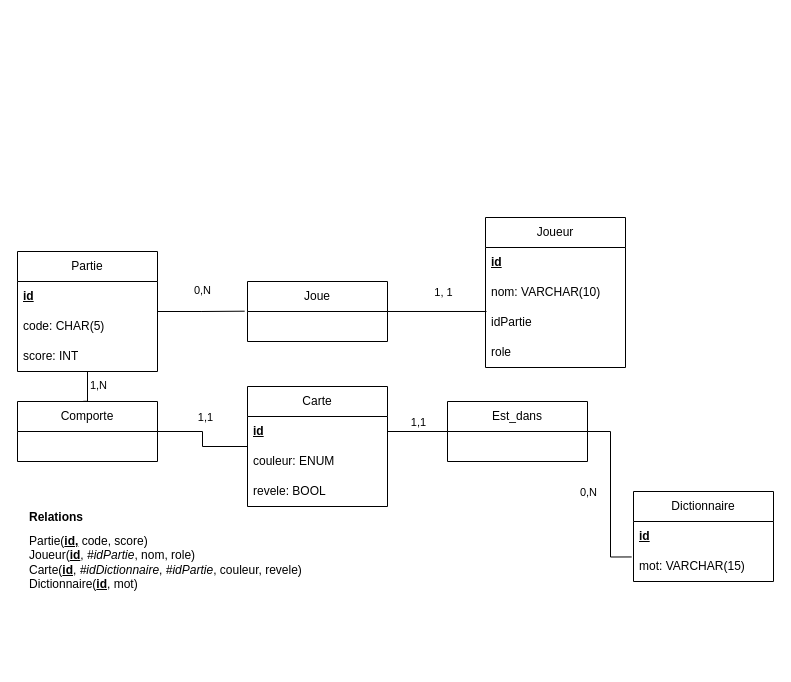
GehuL/PolyNames keeps this draw.io diagram as polynames_bdd.drawio. Above is the earlier version. Source tidied: cells renumbered, new cells numbered last; positions are measured from the earlier drawing's top-left corner, leaving out a move shared by most shapes. Both pictures are drawn from the tidied source at 100%, with x=0, y=0 at pixel (17, 217).
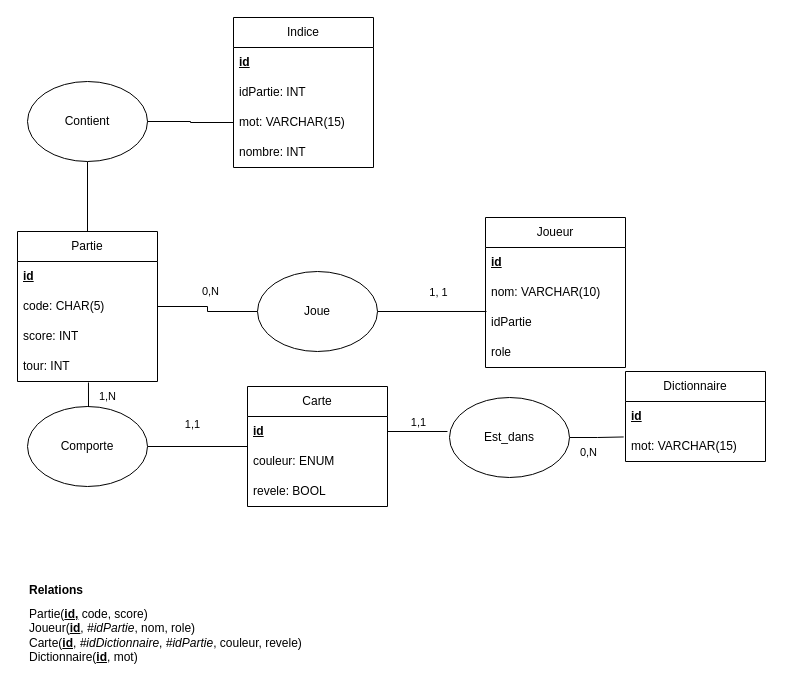
The same diagram, later.

Commit message (it also covers changes not shown here):
ajout de indice

Unchanged cells that the change refers to:
```xml
<mxCell id="3" value="&lt;b&gt;&lt;u&gt;id&lt;/u&gt;&lt;/b&gt;" style="text;strokeColor=none;fillColor=none;align=left;verticalAlign=middle;spacingLeft=4;spacingRight=4;overflow=hidden;points=[[0,0.5],[1,0.5]];portConstraint=eastwest;whiteSpace=wrap;html=1;" parent="2" vertex="1">
  <mxGeometry y="30" width="140" height="30" as="geometry" />
</mxCell>
<mxCell id="9" value="idPartie" style="text;strokeColor=none;fillColor=none;align=left;verticalAlign=middle;spacingLeft=4;spacingRight=4;overflow=hidden;points=[[0,0.5],[1,0.5]];portConstraint=eastwest;whiteSpace=wrap;html=1;" parent="6" vertex="1">
  <mxGeometry y="90" width="140" height="30" as="geometry" />
</mxCell>
<mxCell id="13" value="mot: VARCHAR(15)" style="text;strokeColor=none;fillColor=none;align=left;verticalAlign=middle;spacingLeft=4;spacingRight=4;overflow=hidden;points=[[0,0.5],[1,0.5]];portConstraint=eastwest;whiteSpace=wrap;html=1;" parent="11" vertex="1">
  <mxGeometry y="60" width="140" height="30" as="geometry" />
</mxCell>
<mxCell id="17" value="score: INT" style="text;strokeColor=none;fillColor=none;align=left;verticalAlign=middle;spacingLeft=4;spacingRight=4;overflow=hidden;points=[[0,0.5],[1,0.5]];portConstraint=eastwest;whiteSpace=wrap;html=1;" parent="14" vertex="1">
  <mxGeometry y="90" width="140" height="30" as="geometry" />
</mxCell>
<mxCell id="25" style="edgeStyle=orthogonalEdgeStyle;rounded=0;jettySize=auto;html=1;exitX=0;exitY=0.5;exitDx=0;exitDy=0;endArrow=none;endFill=0;entryX=1;entryY=0.5;entryDx=0;entryDy=0;" parent="1" edge="1" source="2" target="22">
  <mxGeometry relative="1" as="geometry" />
</mxCell>
```

Change to the diagram source:
```diff
@@
     <mxCell id="11" value="Dictionnaire" style="swimlane;fontStyle=0;horizontal=1;startSize=30;whiteSpace=wrap;html=1;" parent="1" vertex="1">
-      <mxGeometry x="616" y="274" width="140" height="90" as="geometry" />
+      <mxGeometry x="608" y="154" width="140" height="90" as="geometry" />
     </mxCell>
@@
     <mxCell id="14" value="Partie" style="swimlane;fontStyle=0;horizontal=1;startSize=30;whiteSpace=wrap;html=1;" parent="1" vertex="1">
-      <mxGeometry y="34" width="140" height="120" as="geometry" />
+      <mxGeometry y="14" width="140" height="150" as="geometry" />
     </mxCell>
@@
+    <mxCell id="35" value="tour: INT" style="text;strokeColor=none;fillColor=none;align=left;verticalAlign=middle;spacingLeft=4;spacingRight=4;overflow=hidden;points=[[0,0.5],[1,0.5]];portConstraint=eastwest;whiteSpace=wrap;html=1;" parent="14" vertex="1">
+      <mxGeometry y="120" width="140" height="30" as="geometry" />
+    </mxCell>
-    <mxCell id="18" style="edgeStyle=orthogonalEdgeStyle;rounded=0;jettySize=auto;html=1;entryX=-0.02;entryY=0.322;entryDx=0;entryDy=0;entryPerimeter=0;endArrow=none;endFill=0;" parent="1" edge="1" source="14">
-      <mxGeometry relative="1" as="geometry">
-        <mxPoint x="227.2" y="93.7" as="targetPoint" />
-      </mxGeometry>
+    <mxCell id="18" style="edgeStyle=orthogonalEdgeStyle;rounded=0;jettySize=auto;html=1;entryX=0;entryY=0.5;entryDx=0;entryDy=0;endArrow=none;endFill=0;" parent="1" edge="1" source="14" target="32">
+      <mxGeometry relative="1" as="geometry" />
     </mxCell>
@@
     <mxCell id="20" value="&lt;b&gt;Relations&lt;/b&gt;" style="text;html=1;align=left;verticalAlign=middle;whiteSpace=wrap;rounded=0;" parent="1" vertex="1">
-      <mxGeometry x="10" y="286" width="80" height="28" as="geometry" />
+      <mxGeometry x="10" y="359" width="80" height="28" as="geometry" />
     </mxCell>
     <mxCell id="21" value="Partie(&lt;u style=&quot;font-weight: bold;&quot;&gt;id,&lt;/u&gt;&amp;nbsp;code, score)&lt;div&gt;Joueur(&lt;b style=&quot;&quot;&gt;&lt;u&gt;id&lt;/u&gt;&lt;/b&gt;, &lt;i&gt;#idPartie&lt;/i&gt;, nom, role)&lt;/div&gt;&lt;div&gt;Carte(&lt;b&gt;&lt;u&gt;id&lt;/u&gt;&lt;/b&gt;, &lt;i&gt;#idDictionnaire&lt;/i&gt;, &lt;i&gt;#idPartie&lt;/i&gt;, couleur, revele)&lt;/div&gt;&lt;div&gt;Dictionnaire(&lt;b&gt;&lt;u&gt;id&lt;/u&gt;&lt;/b&gt;, mot)&lt;/div&gt;" style="text;html=1;align=left;verticalAlign=middle;whiteSpace=wrap;rounded=0;" parent="1" vertex="1">
-      <mxGeometry x="10" y="326" width="320" height="38" as="geometry" />
+      <mxGeometry x="10" y="399" width="320" height="38" as="geometry" />
     </mxCell>
-    <mxCell id="22" value="Comporte" style="swimlane;fontStyle=0;horizontal=1;startSize=30;whiteSpace=wrap;html=1;" parent="1" vertex="1">
-      <mxGeometry y="184" width="140" height="60" as="geometry" />
-    </mxCell>
-    <mxCell id="23" style="edgeStyle=orthogonalEdgeStyle;rounded=0;jettySize=auto;html=1;exitX=0.47;exitY=-0.003;exitDx=0;exitDy=0;entryX=0.5;entryY=1;entryDx=0;entryDy=0;entryPerimeter=0;endArrow=none;endFill=0;exitPerimeter=0;" parent="1" edge="1" source="22" target="17">
-      <mxGeometry relative="1" as="geometry" />
-    </mxCell>
-    <mxCell id="24" value="1,N" style="edgeLabel;html=1;align=center;verticalAlign=middle;" parent="23" vertex="1">
-      <mxGeometry x="0.26" y="-1" relative="1" as="geometry">
-        <mxPoint x="9" as="offset" />
-      </mxGeometry>
-    </mxCell>
@@
     <mxCell id="26" value="1,1" style="edgeLabel;html=1;align=center;verticalAlign=middle;" parent="25" vertex="1">
       <mxGeometry x="-0.03" y="-3" relative="1" as="geometry">
-        <mxPoint x="-1" y="-24" as="offset" />
+        <mxPoint x="-7" y="-20" as="offset" />
       </mxGeometry>
     </mxCell>
-    <mxCell id="27" value="Est_dans" style="swimlane;fontStyle=0;horizontal=1;startSize=30;whiteSpace=wrap;html=1;" parent="1" vertex="1">
-      <mxGeometry x="430" y="184" width="140" height="60" as="geometry" />
-    </mxCell>
-    <mxCell id="28" style="edgeStyle=orthogonalEdgeStyle;rounded=0;jettySize=auto;html=1;exitX=1;exitY=0.5;exitDx=0;exitDy=0;entryX=0;entryY=0.5;entryDx=0;entryDy=0;endArrow=none;endFill=0;" parent="1" edge="1" source="3" target="27">
+    <mxCell id="28" style="edgeStyle=orthogonalEdgeStyle;rounded=0;jettySize=auto;html=1;exitX=1;exitY=0.5;exitDx=0;exitDy=0;entryX=-0.017;entryY=0.425;entryDx=0;entryDy=0;endArrow=none;endFill=0;entryPerimeter=0;" parent="1" edge="1" source="3" target="27">
       <mxGeometry relative="1" as="geometry" />
     </mxCell>
@@
-    <mxCell id="30" style="edgeStyle=orthogonalEdgeStyle;rounded=0;jettySize=auto;html=1;exitX=1;exitY=0.5;exitDx=0;exitDy=0;entryX=-0.013;entryY=0.182;entryDx=0;entryDy=0;entryPerimeter=0;endArrow=none;endFill=0;" parent="1" edge="1" source="27" target="13">
+    <mxCell id="30" style="edgeStyle=orthogonalEdgeStyle;rounded=0;jettySize=auto;html=1;entryX=-0.013;entryY=0.182;entryDx=0;entryDy=0;entryPerimeter=0;endArrow=none;endFill=0;exitX=1;exitY=0.5;exitDx=0;exitDy=0;" parent="1" edge="1" source="27" target="13">
       <mxGeometry relative="1" as="geometry" />
     </mxCell>
     <mxCell id="31" value="0,N" style="edgeLabel;html=1;align=center;verticalAlign=middle;" parent="30" vertex="1">
       <mxGeometry x="-0.1" y="2" relative="1" as="geometry">
-        <mxPoint x="-25" y="7" as="offset" />
+        <mxPoint x="-7" y="16" as="offset" />
       </mxGeometry>
     </mxCell>
-    <mxCell id="32" value="Joue" style="swimlane;fontStyle=0;horizontal=1;startSize=30;whiteSpace=wrap;html=1;" parent="1" vertex="1">
-      <mxGeometry x="230" y="64" width="140" height="60" as="geometry" />
-    </mxCell>
-    <mxCell id="33" style="edgeStyle=orthogonalEdgeStyle;rounded=0;jettySize=auto;html=1;entryX=0.007;entryY=0.133;entryDx=0;entryDy=0;entryPerimeter=0;startArrow=none;startFill=0;strokeColor=default;endArrow=none;endFill=0;" parent="1" edge="1" source="32" target="9">
+    <mxCell id="33" style="edgeStyle=orthogonalEdgeStyle;rounded=0;jettySize=auto;html=1;entryX=0.007;entryY=0.133;entryDx=0;entryDy=0;entryPerimeter=0;startArrow=none;startFill=0;strokeColor=default;endArrow=none;endFill=0;exitX=1;exitY=0.5;exitDx=0;exitDy=0;" parent="1" edge="1" source="32" target="9">
       <mxGeometry relative="1" as="geometry" />
     </mxCell>
@@
+    <mxCell id="32" value="Joue" style="ellipse;whiteSpace=wrap;html=1;" parent="1" vertex="1">
+      <mxGeometry x="240" y="54" width="120" height="80" as="geometry" />
+    </mxCell>
+    <mxCell id="22" value="Comporte" style="ellipse;whiteSpace=wrap;html=1;" parent="1" vertex="1">
+      <mxGeometry x="10" y="189" width="120" height="80" as="geometry" />
+    </mxCell>
+    <mxCell id="27" value="Est_dans" style="ellipse;whiteSpace=wrap;html=1;" parent="1" vertex="1">
+      <mxGeometry x="432" y="180" width="120" height="80" as="geometry" />
+    </mxCell>
+    <mxCell id="36" value="Indice" style="swimlane;fontStyle=0;horizontal=1;startSize=30;whiteSpace=wrap;html=1;" parent="1" vertex="1">
+      <mxGeometry x="216" y="-200" width="140" height="150" as="geometry" />
+    </mxCell>
+    <mxCell id="37" value="&lt;b&gt;&lt;u&gt;id&lt;/u&gt;&lt;/b&gt;" style="text;strokeColor=none;fillColor=none;align=left;verticalAlign=middle;spacingLeft=4;spacingRight=4;overflow=hidden;whiteSpace=wrap;html=1;" parent="36" vertex="1">
+      <mxGeometry y="30" width="140" height="30" as="geometry" />
+    </mxCell>
+    <mxCell id="38" value="idPartie: INT" style="text;strokeColor=none;fillColor=none;align=left;verticalAlign=middle;spacingLeft=4;spacingRight=4;overflow=hidden;whiteSpace=wrap;html=1;" parent="36" vertex="1">
+      <mxGeometry y="60" width="140" height="30" as="geometry" />
+    </mxCell>
+    <mxCell id="39" value="mot: VARCHAR(15)" style="text;strokeColor=none;fillColor=none;align=left;verticalAlign=middle;spacingLeft=4;spacingRight=4;overflow=hidden;points=[[0,0.5],[1,0.5]];portConstraint=eastwest;whiteSpace=wrap;html=1;" parent="36" vertex="1">
+      <mxGeometry y="90" width="140" height="30" as="geometry" />
+    </mxCell>
+    <mxCell id="40" value="nombre: INT" style="text;strokeColor=none;fillColor=none;align=left;verticalAlign=middle;spacingLeft=4;spacingRight=4;overflow=hidden;whiteSpace=wrap;html=1;" parent="36" vertex="1">
+      <mxGeometry y="120" width="140" height="30" as="geometry" />
+    </mxCell>
+    <mxCell id="41" style="edgeStyle=orthogonalEdgeStyle;rounded=0;jettySize=auto;html=1;exitX=0.5;exitY=1;exitDx=0;exitDy=0;entryX=0.5;entryY=0;entryDx=0;entryDy=0;endArrow=none;endFill=0;" parent="1" edge="1" source="42" target="14">
+      <mxGeometry relative="1" as="geometry" />
+    </mxCell>
+    <mxCell id="42" value="Contient" style="ellipse;whiteSpace=wrap;html=1;" parent="1" vertex="1">
+      <mxGeometry x="10" y="-136" width="120" height="80" as="geometry" />
+    </mxCell>
+    <mxCell id="43" style="edgeStyle=orthogonalEdgeStyle;rounded=0;jettySize=auto;html=1;exitX=0;exitY=0.5;exitDx=0;exitDy=0;entryX=1;entryY=0.5;entryDx=0;entryDy=0;endArrow=none;endFill=0;" parent="1" edge="1" source="39" target="42">
+      <mxGeometry relative="1" as="geometry" />
+    </mxCell>
+    <mxCell id="44" style="edgeStyle=orthogonalEdgeStyle;rounded=0;jettySize=auto;html=1;exitX=0.5;exitY=0;exitDx=0;exitDy=0;entryX=0.507;entryY=1.033;entryDx=0;entryDy=0;entryPerimeter=0;endArrow=none;endFill=0;" parent="1" edge="1" source="22" target="35">
+      <mxGeometry relative="1" as="geometry" />
+    </mxCell>
+    <mxCell id="24" value="1,N" style="edgeLabel;html=1;align=center;verticalAlign=middle;" parent="44" vertex="1">
+      <mxGeometry x="0.11" y="-3" relative="1" as="geometry">
+        <mxPoint x="16" y="3" as="offset" />
+      </mxGeometry>
+    </mxCell>
```
